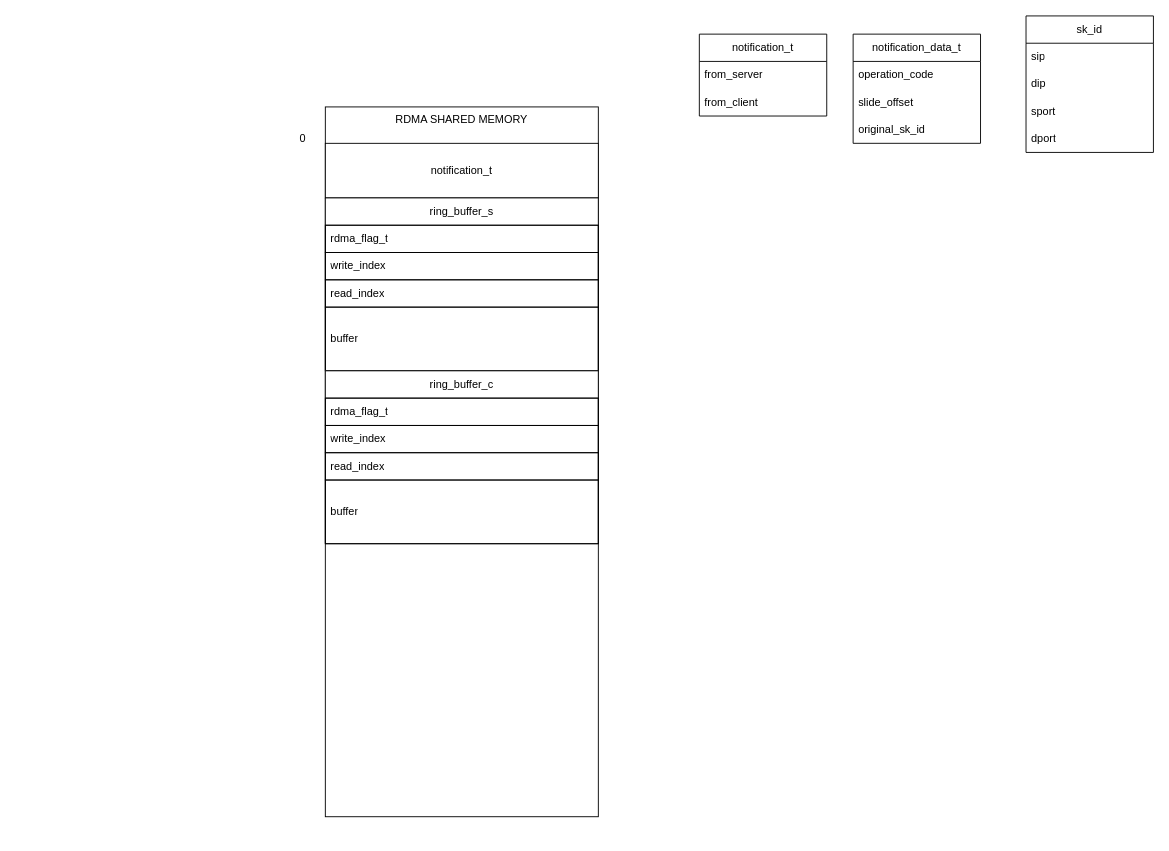
This is page "Memory layout" (5 of 6) of socket_boost/docs/logic.drawio from LucaMeno/socket-over-rdma, a draw.io file, before an edit. Source tidied: cells renumbered, new cells numbered last; positions are measured from the earlier drawing's top-left corner, leaving out a move shared by most shapes. Both pictures are drawn from the tidied source at 91%, with x=0, y=0 at pixel (288, 15).
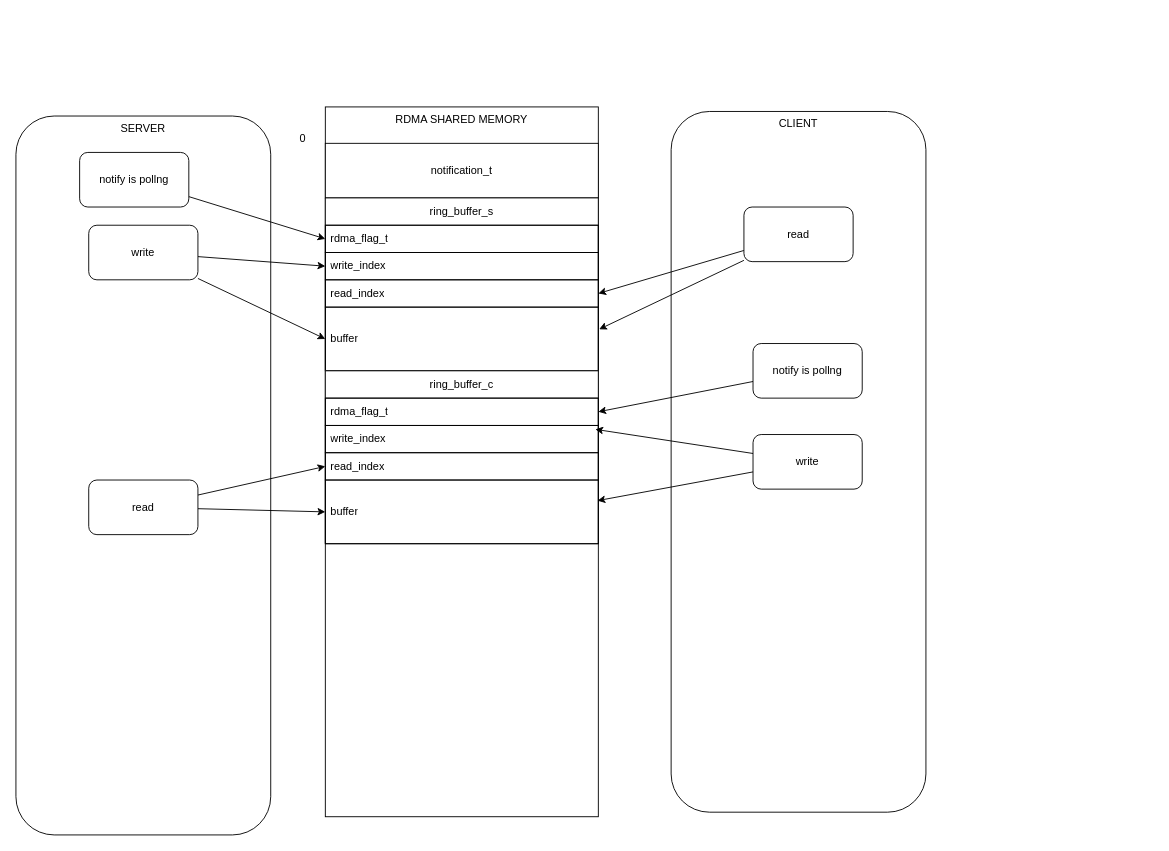
Above is the later version.

The change refers to these unchanged cells:
```xml
<mxCell id="18" value="rdma_flag_t" style="text;strokeColor=default;fillColor=none;align=left;verticalAlign=middle;spacingLeft=4;spacingRight=4;overflow=hidden;points=[[0,0.5],[1,0.5]];portConstraint=eastwest;whiteSpace=wrap;html=1;" parent="17" vertex="1">
  <mxGeometry y="30" width="300" height="30" as="geometry" />
</mxCell>
<mxCell id="19" value="write_index" style="text;strokeColor=default;fillColor=none;align=left;verticalAlign=middle;spacingLeft=4;spacingRight=4;overflow=hidden;points=[[0,0.5],[1,0.5]];portConstraint=eastwest;whiteSpace=wrap;html=1;" parent="17" vertex="1">
  <mxGeometry y="60" width="300" height="30" as="geometry" />
</mxCell>
<mxCell id="20" value="read_index" style="text;strokeColor=default;fillColor=none;align=left;verticalAlign=middle;spacingLeft=4;spacingRight=4;overflow=hidden;points=[[0,0.5],[1,0.5]];portConstraint=eastwest;whiteSpace=wrap;html=1;" parent="17" vertex="1">
  <mxGeometry y="90" width="300" height="30" as="geometry" />
</mxCell>
<mxCell id="21" value="buffer" style="text;strokeColor=default;fillColor=none;align=left;verticalAlign=middle;spacingLeft=4;spacingRight=4;overflow=hidden;points=[[0,0.5],[1,0.5]];portConstraint=eastwest;whiteSpace=wrap;html=1;" parent="17" vertex="1">
  <mxGeometry y="120" width="300" height="70" as="geometry" />
</mxCell>
<mxCell id="23" value="rdma_flag_t" style="text;strokeColor=default;fillColor=none;align=left;verticalAlign=middle;spacingLeft=4;spacingRight=4;overflow=hidden;points=[[0,0.5],[1,0.5]];portConstraint=eastwest;whiteSpace=wrap;html=1;" parent="22" vertex="1">
  <mxGeometry y="30" width="300" height="30" as="geometry" />
</mxCell>
<mxCell id="24" value="write_index" style="text;strokeColor=default;fillColor=none;align=left;verticalAlign=middle;spacingLeft=4;spacingRight=4;overflow=hidden;points=[[0,0.5],[1,0.5]];portConstraint=eastwest;whiteSpace=wrap;html=1;" parent="22" vertex="1">
  <mxGeometry y="60" width="300" height="30" as="geometry" />
</mxCell>
<mxCell id="25" value="read_index" style="text;strokeColor=default;fillColor=none;align=left;verticalAlign=middle;spacingLeft=4;spacingRight=4;overflow=hidden;points=[[0,0.5],[1,0.5]];portConstraint=eastwest;whiteSpace=wrap;html=1;" parent="22" vertex="1">
  <mxGeometry y="90" width="300" height="30" as="geometry" />
</mxCell>
<mxCell id="26" value="buffer" style="text;strokeColor=default;fillColor=none;align=left;verticalAlign=middle;spacingLeft=4;spacingRight=4;overflow=hidden;points=[[0,0.5],[1,0.5]];portConstraint=eastwest;whiteSpace=wrap;html=1;" parent="22" vertex="1">
  <mxGeometry y="120" width="300" height="70" as="geometry" />
</mxCell>
```

Change to the diagram source:
```diff
@@
+    <mxCell id="27" value="&lt;div&gt;SERVER&lt;/div&gt;" style="rounded=1;whiteSpace=wrap;html=1;verticalAlign=top;" parent="1" vertex="1">
+      <mxGeometry x="-300" y="110" width="280" height="790" as="geometry" />
+    </mxCell>
@@
-    <mxCell id="5" value="notification_data_t" style="swimlane;fontStyle=0;horizontal=1;startSize=30;whiteSpace=wrap;html=1;" parent="1" vertex="1">
-      <mxGeometry x="620" y="20" width="140" height="120" as="geometry" />
-    </mxCell>
-    <mxCell id="6" value="operation_code" style="text;strokeColor=none;fillColor=none;align=left;verticalAlign=middle;spacingLeft=4;spacingRight=4;overflow=hidden;whiteSpace=wrap;html=1;" parent="5" vertex="1">
-      <mxGeometry y="30" width="140" height="30" as="geometry" />
-    </mxCell>
-    <mxCell id="7" value="slide_offset" style="text;strokeColor=none;fillColor=none;align=left;verticalAlign=middle;spacingLeft=4;spacingRight=4;overflow=hidden;whiteSpace=wrap;html=1;" parent="5" vertex="1">
-      <mxGeometry y="60" width="140" height="30" as="geometry" />
-    </mxCell>
-    <mxCell id="8" value="original_sk_id" style="text;strokeColor=none;fillColor=none;align=left;verticalAlign=middle;spacingLeft=4;spacingRight=4;overflow=hidden;whiteSpace=wrap;html=1;" parent="5" vertex="1">
-      <mxGeometry y="90" width="140" height="30" as="geometry" />
-    </mxCell>
-    <mxCell id="9" value="notification_t" style="swimlane;fontStyle=0;horizontal=1;startSize=30;whiteSpace=wrap;html=1;" parent="1" vertex="1">
-      <mxGeometry x="451" y="20" width="140" height="90" as="geometry" />
-    </mxCell>
-    <mxCell id="10" value="from_server" style="text;strokeColor=none;fillColor=none;align=left;verticalAlign=middle;spacingLeft=4;spacingRight=4;overflow=hidden;whiteSpace=wrap;html=1;" parent="9" vertex="1">
-      <mxGeometry y="30" width="140" height="30" as="geometry" />
-    </mxCell>
-    <mxCell id="11" value="from_client" style="text;strokeColor=none;fillColor=none;align=left;verticalAlign=middle;spacingLeft=4;spacingRight=4;overflow=hidden;whiteSpace=wrap;html=1;" parent="9" vertex="1">
-      <mxGeometry y="60" width="140" height="30" as="geometry" />
-    </mxCell>
-    <mxCell id="12" value="sk_id" style="swimlane;fontStyle=0;horizontal=1;startSize=30;whiteSpace=wrap;html=1;" parent="1" vertex="1">
-      <mxGeometry x="810" width="140" height="150" as="geometry" />
-    </mxCell>
-    <mxCell id="13" value="sip" style="text;strokeColor=none;fillColor=none;align=left;verticalAlign=middle;spacingLeft=4;spacingRight=4;overflow=hidden;whiteSpace=wrap;html=1;" parent="12" vertex="1">
-      <mxGeometry y="30" width="140" height="30" as="geometry" />
-    </mxCell>
-    <mxCell id="14" value="dip" style="text;strokeColor=none;fillColor=none;align=left;verticalAlign=middle;spacingLeft=4;spacingRight=4;overflow=hidden;whiteSpace=wrap;html=1;" parent="12" vertex="1">
-      <mxGeometry y="60" width="140" height="30" as="geometry" />
-    </mxCell>
-    <mxCell id="15" value="sport" style="text;strokeColor=none;fillColor=none;align=left;verticalAlign=middle;spacingLeft=4;spacingRight=4;overflow=hidden;whiteSpace=wrap;html=1;" parent="12" vertex="1">
-      <mxGeometry y="90" width="140" height="30" as="geometry" />
-    </mxCell>
-    <mxCell id="16" value="dport" style="text;strokeColor=none;fillColor=none;align=left;verticalAlign=middle;spacingLeft=4;spacingRight=4;overflow=hidden;whiteSpace=wrap;html=1;" parent="12" vertex="1">
-      <mxGeometry y="120" width="140" height="30" as="geometry" />
-    </mxCell>
@@
+    <mxCell id="28" style="edgeStyle=none;html=1;entryX=0;entryY=0.5;entryDx=0;entryDy=0;" parent="1" edge="1" source="30" target="19">
+      <mxGeometry relative="1" as="geometry" />
+    </mxCell>
+    <mxCell id="29" style="edgeStyle=none;html=1;entryX=0;entryY=0.5;entryDx=0;entryDy=0;" parent="1" edge="1" source="30" target="21">
+      <mxGeometry relative="1" as="geometry" />
+    </mxCell>
+    <mxCell id="30" value="write" style="rounded=1;whiteSpace=wrap;html=1;" parent="1" vertex="1">
+      <mxGeometry x="-220" y="230" width="120" height="60" as="geometry" />
+    </mxCell>
+    <mxCell id="31" value="CLIENT&lt;div&gt;&lt;br&gt;&lt;/div&gt;" style="rounded=1;whiteSpace=wrap;html=1;verticalAlign=top;" parent="1" vertex="1">
+      <mxGeometry x="420" y="105" width="280" height="770" as="geometry" />
+    </mxCell>
+    <mxCell id="32" value="write" style="rounded=1;whiteSpace=wrap;html=1;" parent="1" vertex="1">
+      <mxGeometry x="510" y="460" width="120" height="60" as="geometry" />
+    </mxCell>
+    <mxCell id="33" style="edgeStyle=none;html=1;entryX=0.989;entryY=0.144;entryDx=0;entryDy=0;entryPerimeter=0;" parent="1" edge="1" source="32" target="24">
+      <mxGeometry relative="1" as="geometry" />
+    </mxCell>
+    <mxCell id="34" style="edgeStyle=none;html=1;entryX=0.997;entryY=0.324;entryDx=0;entryDy=0;entryPerimeter=0;" parent="1" edge="1" source="32" target="26">
+      <mxGeometry relative="1" as="geometry" />
+    </mxCell>
+    <mxCell id="35" style="edgeStyle=none;html=1;entryX=0;entryY=0.5;entryDx=0;entryDy=0;" parent="1" edge="1" source="37" target="26">
+      <mxGeometry relative="1" as="geometry" />
+    </mxCell>
+    <mxCell id="36" style="edgeStyle=none;html=1;entryX=0;entryY=0.5;entryDx=0;entryDy=0;" parent="1" edge="1" source="37" target="25">
+      <mxGeometry relative="1" as="geometry" />
+    </mxCell>
+    <mxCell id="37" value="read" style="rounded=1;whiteSpace=wrap;html=1;" parent="1" vertex="1">
+      <mxGeometry x="-220" y="510" width="120" height="60" as="geometry" />
+    </mxCell>
+    <mxCell id="38" style="edgeStyle=none;html=1;entryX=1;entryY=0.5;entryDx=0;entryDy=0;" parent="1" edge="1" source="39" target="20">
+      <mxGeometry relative="1" as="geometry" />
+    </mxCell>
+    <mxCell id="39" value="read" style="rounded=1;whiteSpace=wrap;html=1;glass=0;" parent="1" vertex="1">
+      <mxGeometry x="500" y="210" width="120" height="60" as="geometry" />
+    </mxCell>
+    <mxCell id="40" style="edgeStyle=none;html=1;entryX=1.003;entryY=0.348;entryDx=0;entryDy=0;entryPerimeter=0;" parent="1" edge="1" source="39" target="21">
+      <mxGeometry relative="1" as="geometry" />
+    </mxCell>
+    <mxCell id="41" style="edgeStyle=none;html=1;entryX=1;entryY=0.5;entryDx=0;entryDy=0;" parent="1" edge="1" source="42" target="23">
+      <mxGeometry relative="1" as="geometry" />
+    </mxCell>
+    <mxCell id="42" value="notify is pollng" style="rounded=1;whiteSpace=wrap;html=1;" parent="1" vertex="1">
+      <mxGeometry x="510" y="360" width="120" height="60" as="geometry" />
+    </mxCell>
+    <mxCell id="43" style="edgeStyle=none;html=1;entryX=0;entryY=0.5;entryDx=0;entryDy=0;" parent="1" edge="1" source="44" target="18">
+      <mxGeometry relative="1" as="geometry" />
+    </mxCell>
+    <mxCell id="44" value="notify is pollng" style="rounded=1;whiteSpace=wrap;html=1;" parent="1" vertex="1">
+      <mxGeometry x="-230" y="150" width="120" height="60" as="geometry" />
+    </mxCell>
```
